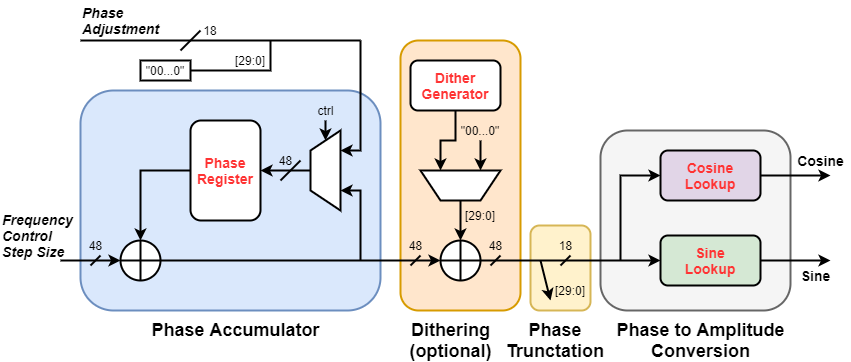
Before: notebooks/rfsoc_introduction/images/fine_mixer.png, a diagram exported from draw.io (strath-sdr/rfsoc_studio). Source tidied: cells renumbered, new cells last; positions are measured from the earlier drawing's top-left corner, leaving out a move shared by most shapes.
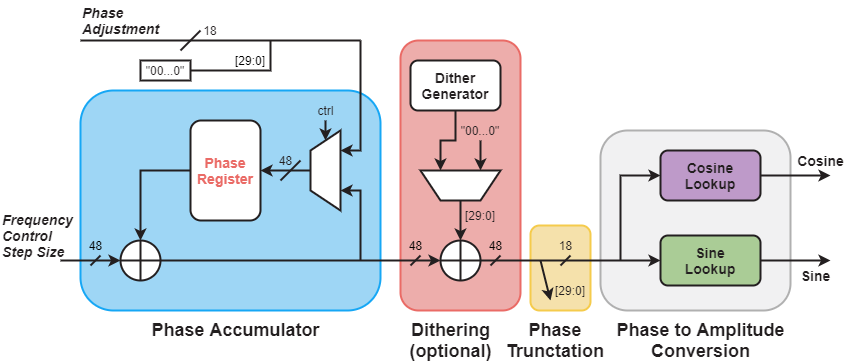
Above is the later version.

The edit, as a diff of the source:
```diff
@@ -4,24 +4,24 @@
     <mxCell id="1" parent="0" />
-    <mxCell id="2" style="rounded=1;whiteSpace=wrap;html=1;strokeWidth=2;fillColor=#f5f5f5;strokeColor=#666666;fontColor=#333333;" parent="1" vertex="1">
+    <mxCell id="2" style="rounded=1;whiteSpace=wrap;html=1;strokeWidth=2;fontColor=#333333;fillColor=#F1F1F2;strokeColor=#B0B0B0;" parent="1" vertex="1">
       <mxGeometry x="600" y="130" width="190" height="180" as="geometry" />
     </mxCell>
-    <mxCell id="3" style="rounded=1;whiteSpace=wrap;html=1;strokeWidth=2;fillColor=#fff2cc;strokeColor=#d6b656;" parent="1" vertex="1">
+    <mxCell id="3" style="rounded=1;whiteSpace=wrap;html=1;strokeWidth=2;fillColor=#F5E1AB;strokeColor=#F5CB4C;" parent="1" vertex="1">
       <mxGeometry x="530" y="225" width="60" height="85" as="geometry" />
     </mxCell>
-    <mxCell id="4" style="rounded=1;whiteSpace=wrap;html=1;strokeWidth=2;fillColor=#ffe6cc;strokeColor=#d79b00;" parent="1" vertex="1">
+    <mxCell id="4" style="rounded=1;whiteSpace=wrap;html=1;strokeWidth=2;fillColor=#EDADAB;strokeColor=#EA6B66;" parent="1" vertex="1">
       <mxGeometry x="400" y="40" width="120" height="270" as="geometry" />
     </mxCell>
-    <mxCell id="5" style="rounded=1;whiteSpace=wrap;html=1;strokeWidth=2;fillColor=#dae8fc;strokeColor=#6c8ebf;" parent="1" vertex="1">
+    <mxCell id="5" style="rounded=1;whiteSpace=wrap;html=1;strokeWidth=2;fillColor=#9ED6F5;strokeColor=#16A7F5;" parent="1" vertex="1">
       <mxGeometry x="80" y="90" width="300" height="220" as="geometry" />
     </mxCell>
-    <mxCell id="6" style="edgeStyle=orthogonalEdgeStyle;rounded=0;jettySize=auto;html=1;exitX=1;exitY=0.5;exitDx=0;exitDy=0;entryX=0.5;entryY=0;entryDx=0;entryDy=0;strokeWidth=2;startArrow=classic;startFill=1;endArrow=none;endFill=0;" parent="1" edge="1" source="8" target="12">
+    <mxCell id="6" style="edgeStyle=orthogonalEdgeStyle;rounded=0;jettySize=auto;html=1;exitX=1;exitY=0.5;exitDx=0;exitDy=0;entryX=0.5;entryY=0;entryDx=0;entryDy=0;strokeWidth=2;startArrow=classic;startFill=1;endArrow=none;endFill=0;strokeColor=#231F20;" parent="1" edge="1" source="8" target="12">
       <mxGeometry relative="1" as="geometry" />
     </mxCell>
-    <mxCell id="7" style="edgeStyle=orthogonalEdgeStyle;rounded=0;jettySize=auto;html=1;exitX=0;exitY=0.5;exitDx=0;exitDy=0;entryX=0.5;entryY=0;entryDx=0;entryDy=0;entryPerimeter=0;strokeWidth=2;" parent="1" edge="1" source="8" target="15">
+    <mxCell id="7" style="edgeStyle=orthogonalEdgeStyle;rounded=0;jettySize=auto;html=1;exitX=0;exitY=0.5;exitDx=0;exitDy=0;entryX=0.5;entryY=0;entryDx=0;entryDy=0;entryPerimeter=0;strokeWidth=2;strokeColor=#231F20;" parent="1" edge="1" source="8" target="15">
       <mxGeometry relative="1" as="geometry" />
     </mxCell>
-    <mxCell id="8" value="&lt;font style=&quot;font-size: 14px&quot; color=&quot;#ff3333&quot;&gt;&lt;b&gt;Phase&lt;br&gt;Register&lt;/b&gt;&lt;/font&gt;" style="rounded=1;whiteSpace=wrap;html=1;strokeWidth=2;" parent="1" vertex="1">
+    <mxCell id="8" value="&lt;font style=&quot;font-size: 14px&quot; color=&quot;#ea6b66&quot;&gt;&lt;b&gt;Phase&lt;br&gt;Register&lt;/b&gt;&lt;/font&gt;" style="rounded=1;whiteSpace=wrap;html=1;strokeWidth=2;strokeColor=#231F20;" parent="1" vertex="1">
       <mxGeometry x="190" y="120" width="70" height="100" as="geometry" />
     </mxCell>
-    <mxCell id="9" style="edgeStyle=orthogonalEdgeStyle;rounded=0;jettySize=auto;html=1;exitX=0.25;exitY=1;exitDx=0;exitDy=0;strokeWidth=2;startArrow=classic;startFill=1;endArrow=none;endFill=0;" parent="1" edge="1" source="12">
+    <mxCell id="9" style="edgeStyle=orthogonalEdgeStyle;rounded=0;jettySize=auto;html=1;exitX=0.25;exitY=1;exitDx=0;exitDy=0;strokeWidth=2;startArrow=classic;startFill=1;endArrow=none;endFill=0;strokeColor=#231F20;" parent="1" edge="1" source="12">
       <mxGeometry relative="1" as="geometry">
@@ -30,3 +30,3 @@
     </mxCell>
-    <mxCell id="10" style="edgeStyle=orthogonalEdgeStyle;rounded=0;jettySize=auto;html=1;exitX=0.75;exitY=1;exitDx=0;exitDy=0;startArrow=classic;startFill=1;endArrow=none;endFill=0;strokeWidth=2;" parent="1" edge="1" source="12">
+    <mxCell id="10" style="edgeStyle=orthogonalEdgeStyle;rounded=0;jettySize=auto;html=1;exitX=0.75;exitY=1;exitDx=0;exitDy=0;startArrow=classic;startFill=1;endArrow=none;endFill=0;strokeWidth=2;strokeColor=#231F20;" parent="1" edge="1" source="12">
       <mxGeometry relative="1" as="geometry">
@@ -35,3 +35,3 @@
     </mxCell>
-    <mxCell id="11" style="edgeStyle=orthogonalEdgeStyle;rounded=0;jettySize=auto;html=1;exitX=1;exitY=0.5;exitDx=0;exitDy=0;startArrow=classic;startFill=1;endArrow=none;endFill=0;strokeWidth=2;" parent="1" edge="1" source="12">
+    <mxCell id="11" style="edgeStyle=orthogonalEdgeStyle;rounded=0;jettySize=auto;html=1;exitX=1;exitY=0.5;exitDx=0;exitDy=0;startArrow=classic;startFill=1;endArrow=none;endFill=0;strokeWidth=2;strokeColor=#231F20;" parent="1" edge="1" source="12">
       <mxGeometry relative="1" as="geometry">
@@ -40,9 +40,9 @@
     </mxCell>
-    <mxCell id="12" style="shape=trapezoid;perimeter=trapezoidPerimeter;whiteSpace=wrap;html=1;fixedSize=1;direction=north;strokeWidth=2;" parent="1" vertex="1">
+    <mxCell id="12" style="shape=trapezoid;perimeter=trapezoidPerimeter;whiteSpace=wrap;html=1;fixedSize=1;direction=north;strokeWidth=2;strokeColor=#231F20;" parent="1" vertex="1">
       <mxGeometry x="310" y="130" width="30" height="80" as="geometry" />
     </mxCell>
-    <mxCell id="13" style="edgeStyle=orthogonalEdgeStyle;rounded=0;jettySize=auto;html=1;exitX=1;exitY=0.5;exitDx=0;exitDy=0;exitPerimeter=0;entryX=0;entryY=0.5;entryDx=0;entryDy=0;entryPerimeter=0;strokeWidth=2;" parent="1" edge="1" source="15" target="17">
+    <mxCell id="13" style="edgeStyle=orthogonalEdgeStyle;rounded=0;jettySize=auto;html=1;exitX=1;exitY=0.5;exitDx=0;exitDy=0;exitPerimeter=0;entryX=0;entryY=0.5;entryDx=0;entryDy=0;entryPerimeter=0;strokeWidth=2;strokeColor=#231F20;" parent="1" edge="1" source="15" target="17">
       <mxGeometry relative="1" as="geometry" />
     </mxCell>
-    <mxCell id="14" style="edgeStyle=orthogonalEdgeStyle;rounded=0;jettySize=auto;html=1;exitX=0;exitY=0.5;exitDx=0;exitDy=0;exitPerimeter=0;startArrow=classic;startFill=1;endArrow=none;endFill=0;strokeWidth=2;" parent="1" edge="1" source="15">
+    <mxCell id="14" style="edgeStyle=orthogonalEdgeStyle;rounded=0;jettySize=auto;html=1;exitX=0;exitY=0.5;exitDx=0;exitDy=0;exitPerimeter=0;startArrow=classic;startFill=1;endArrow=none;endFill=0;strokeWidth=2;strokeColor=#231F20;" parent="1" edge="1" source="15">
       <mxGeometry relative="1" as="geometry">
@@ -51,12 +51,12 @@
     </mxCell>
-    <mxCell id="15" style="verticalLabelPosition=bottom;verticalAlign=top;html=1;shape=mxgraph.flowchart.summing_function;strokeWidth=2;" parent="1" vertex="1">
+    <mxCell id="15" style="verticalLabelPosition=bottom;verticalAlign=top;html=1;shape=mxgraph.flowchart.summing_function;strokeWidth=2;strokeColor=#231F20;" parent="1" vertex="1">
       <mxGeometry x="120" y="240" width="40" height="40" as="geometry" />
     </mxCell>
-    <mxCell id="16" style="edgeStyle=orthogonalEdgeStyle;rounded=0;jettySize=auto;html=1;exitX=1;exitY=0.5;exitDx=0;exitDy=0;exitPerimeter=0;entryX=0;entryY=0.5;entryDx=0;entryDy=0;startArrow=none;startFill=0;endArrow=classic;endFill=1;strokeWidth=2;" parent="1" edge="1" source="17" target="26">
+    <mxCell id="16" style="edgeStyle=orthogonalEdgeStyle;rounded=0;jettySize=auto;html=1;exitX=1;exitY=0.5;exitDx=0;exitDy=0;exitPerimeter=0;entryX=0;entryY=0.5;entryDx=0;entryDy=0;startArrow=none;startFill=0;endArrow=classic;endFill=1;strokeWidth=2;strokeColor=#231F20;" parent="1" edge="1" source="17" target="26">
       <mxGeometry relative="1" as="geometry" />
     </mxCell>
-    <mxCell id="17" style="verticalLabelPosition=bottom;verticalAlign=top;html=1;shape=mxgraph.flowchart.summing_function;strokeWidth=2;" parent="1" vertex="1">
+    <mxCell id="17" style="verticalLabelPosition=bottom;verticalAlign=top;html=1;shape=mxgraph.flowchart.summing_function;strokeWidth=2;strokeColor=#231F20;" parent="1" vertex="1">
       <mxGeometry x="440" y="240" width="40" height="40" as="geometry" />
     </mxCell>
-    <mxCell id="18" style="endArrow=none;html=1;strokeWidth=2;" parent="1" edge="1">
+    <mxCell id="18" style="endArrow=none;html=1;strokeWidth=2;strokeColor=#231F20;" parent="1" edge="1">
       <mxGeometry relative="1" as="geometry">
@@ -66,9 +66,9 @@
     </mxCell>
-    <mxCell id="19" value="ctrl" style="text;html=1;align=center;verticalAlign=middle;" parent="1" vertex="1">
+    <mxCell id="19" value="&lt;font color=&quot;#231f20&quot;&gt;ctrl&lt;/font&gt;" style="text;html=1;align=center;verticalAlign=middle;" parent="1" vertex="1">
       <mxGeometry x="310" y="100" width="30" height="20" as="geometry" />
     </mxCell>
-    <mxCell id="20" style="edgeStyle=orthogonalEdgeStyle;rounded=0;jettySize=auto;html=1;exitX=0.5;exitY=0;exitDx=0;exitDy=0;entryX=0.5;entryY=0;entryDx=0;entryDy=0;entryPerimeter=0;startArrow=none;startFill=0;endArrow=classic;endFill=1;strokeWidth=2;" parent="1" edge="1" source="22" target="17">
+    <mxCell id="20" style="edgeStyle=orthogonalEdgeStyle;rounded=0;jettySize=auto;html=1;exitX=0.5;exitY=0;exitDx=0;exitDy=0;entryX=0.5;entryY=0;entryDx=0;entryDy=0;entryPerimeter=0;startArrow=none;startFill=0;endArrow=classic;endFill=1;strokeWidth=2;strokeColor=#231F20;" parent="1" edge="1" source="22" target="17">
       <mxGeometry relative="1" as="geometry" />
     </mxCell>
-    <mxCell id="21" style="edgeStyle=orthogonalEdgeStyle;rounded=0;jettySize=auto;html=1;exitX=0.25;exitY=1;exitDx=0;exitDy=0;startArrow=classic;startFill=1;endArrow=none;endFill=0;strokeWidth=2;" parent="1" edge="1" source="22">
+    <mxCell id="21" style="edgeStyle=orthogonalEdgeStyle;rounded=0;jettySize=auto;html=1;exitX=0.25;exitY=1;exitDx=0;exitDy=0;startArrow=classic;startFill=1;endArrow=none;endFill=0;strokeWidth=2;strokeColor=#231F20;" parent="1" edge="1" source="22">
       <mxGeometry relative="1" as="geometry">
@@ -77,12 +77,12 @@
     </mxCell>
-    <mxCell id="22" style="shape=trapezoid;perimeter=trapezoidPerimeter;whiteSpace=wrap;html=1;fixedSize=1;direction=west;strokeWidth=2;" parent="1" vertex="1">
+    <mxCell id="22" style="shape=trapezoid;perimeter=trapezoidPerimeter;whiteSpace=wrap;html=1;fixedSize=1;direction=west;strokeWidth=2;strokeColor=#231F20;" parent="1" vertex="1">
       <mxGeometry x="420" y="170" width="80" height="30" as="geometry" />
     </mxCell>
-    <mxCell id="23" style="edgeStyle=orthogonalEdgeStyle;rounded=0;jettySize=auto;html=1;exitX=0.5;exitY=1;exitDx=0;exitDy=0;entryX=0.75;entryY=1;entryDx=0;entryDy=0;startArrow=none;startFill=0;endArrow=classic;endFill=1;strokeWidth=2;" parent="1" edge="1" source="24" target="22">
+    <mxCell id="23" style="edgeStyle=orthogonalEdgeStyle;rounded=0;jettySize=auto;html=1;exitX=0.5;exitY=1;exitDx=0;exitDy=0;entryX=0.75;entryY=1;entryDx=0;entryDy=0;startArrow=none;startFill=0;endArrow=classic;endFill=1;strokeWidth=2;strokeColor=#231F20;" parent="1" edge="1" source="24" target="22">
       <mxGeometry relative="1" as="geometry" />
     </mxCell>
-    <mxCell id="24" value="&lt;font style=&quot;font-size: 14px&quot; color=&quot;#ff3333&quot;&gt;&lt;b&gt;Dither&lt;br&gt;Generator&lt;/b&gt;&lt;/font&gt;" style="rounded=1;whiteSpace=wrap;html=1;strokeWidth=2;" parent="1" vertex="1">
+    <mxCell id="24" value="&lt;font style=&quot;font-size: 14px&quot; color=&quot;#231f20&quot;&gt;&lt;b&gt;Dither&lt;br&gt;Generator&lt;/b&gt;&lt;/font&gt;" style="rounded=1;whiteSpace=wrap;html=1;strokeWidth=2;strokeColor=#231F20;" parent="1" vertex="1">
       <mxGeometry x="410" y="60" width="90" height="50" as="geometry" />
     </mxCell>
-    <mxCell id="25" style="edgeStyle=orthogonalEdgeStyle;rounded=0;jettySize=auto;html=1;exitX=1;exitY=0.5;exitDx=0;exitDy=0;startArrow=none;startFill=0;endArrow=classic;endFill=1;strokeWidth=2;" parent="1" edge="1" source="26">
+    <mxCell id="25" style="edgeStyle=orthogonalEdgeStyle;rounded=0;jettySize=auto;html=1;exitX=1;exitY=0.5;exitDx=0;exitDy=0;startArrow=none;startFill=0;endArrow=classic;endFill=1;strokeWidth=2;strokeColor=#231F20;" parent="1" edge="1" source="26">
       <mxGeometry relative="1" as="geometry">
@@ -91,6 +91,6 @@
     </mxCell>
-    <mxCell id="26" value="&lt;font style=&quot;font-size: 14px&quot; color=&quot;#ff3333&quot;&gt;&lt;b&gt;Sine&lt;br&gt;Lookup&lt;/b&gt;&lt;/font&gt;" style="rounded=1;whiteSpace=wrap;html=1;strokeWidth=2;fillColor=#d5e8d4;" parent="1" vertex="1">
+    <mxCell id="26" value="&lt;font style=&quot;font-size: 14px&quot; color=&quot;#231f20&quot;&gt;&lt;b&gt;Sine&lt;br&gt;Lookup&lt;/b&gt;&lt;/font&gt;" style="rounded=1;whiteSpace=wrap;html=1;strokeWidth=2;fillColor=#AACC96;strokeColor=#231F20;" parent="1" vertex="1">
       <mxGeometry x="660" y="235" width="100" height="50" as="geometry" />
     </mxCell>
-    <mxCell id="27" style="edgeStyle=orthogonalEdgeStyle;rounded=0;jettySize=auto;html=1;exitX=1;exitY=0.5;exitDx=0;exitDy=0;startArrow=none;startFill=0;endArrow=classic;endFill=1;strokeWidth=2;" parent="1" edge="1" source="29">
+    <mxCell id="27" style="edgeStyle=orthogonalEdgeStyle;rounded=0;jettySize=auto;html=1;exitX=1;exitY=0.5;exitDx=0;exitDy=0;startArrow=none;startFill=0;endArrow=classic;endFill=1;strokeWidth=2;strokeColor=#231F20;" parent="1" edge="1" source="29">
       <mxGeometry relative="1" as="geometry">
@@ -99,3 +99,3 @@
     </mxCell>
-    <mxCell id="28" style="edgeStyle=orthogonalEdgeStyle;rounded=0;jettySize=auto;html=1;exitX=0;exitY=0.5;exitDx=0;exitDy=0;startArrow=classic;startFill=1;endArrow=none;endFill=0;strokeWidth=2;" parent="1" edge="1" source="29">
+    <mxCell id="28" style="edgeStyle=orthogonalEdgeStyle;rounded=0;jettySize=auto;html=1;exitX=0;exitY=0.5;exitDx=0;exitDy=0;startArrow=classic;startFill=1;endArrow=none;endFill=0;strokeWidth=2;strokeColor=#231F20;" parent="1" edge="1" source="29">
       <mxGeometry relative="1" as="geometry">
@@ -104,30 +104,30 @@
     </mxCell>
-    <mxCell id="29" value="&lt;font style=&quot;font-size: 14px&quot; color=&quot;#ff3333&quot;&gt;&lt;b&gt;Cosine&lt;br&gt;Lookup&lt;/b&gt;&lt;/font&gt;" style="rounded=1;whiteSpace=wrap;html=1;strokeWidth=2;fillColor=#e1d5e7;" parent="1" vertex="1">
+    <mxCell id="29" value="&lt;font style=&quot;font-size: 14px&quot; color=&quot;#231f20&quot;&gt;&lt;b&gt;Cosine&lt;br&gt;Lookup&lt;/b&gt;&lt;/font&gt;" style="rounded=1;whiteSpace=wrap;html=1;strokeWidth=2;fillColor=#BE9AC9;strokeColor=#231F20;" parent="1" vertex="1">
       <mxGeometry x="660" y="150" width="100" height="50" as="geometry" />
     </mxCell>
-    <mxCell id="30" value="&lt;b&gt;&lt;font style=&quot;font-size: 18px&quot;&gt;Phase Trunctation&lt;/font&gt;&lt;/b&gt;" style="text;html=1;strokeColor=none;fillColor=none;align=center;verticalAlign=middle;whiteSpace=wrap;rounded=0;" parent="1" vertex="1">
+    <mxCell id="30" value="&lt;b&gt;&lt;font style=&quot;font-size: 18px&quot; color=&quot;#231f20&quot;&gt;Phase Trunctation&lt;/font&gt;&lt;/b&gt;" style="text;html=1;strokeColor=none;fillColor=none;align=center;verticalAlign=middle;whiteSpace=wrap;rounded=0;" parent="1" vertex="1">
       <mxGeometry x="535" y="330" width="40" height="20" as="geometry" />
     </mxCell>
-    <mxCell id="31" value="&lt;font style=&quot;font-size: 18px&quot;&gt;&lt;b&gt;Phase to Amplitude&lt;br&gt;Conversion&lt;/b&gt;&lt;/font&gt;" style="text;html=1;align=center;verticalAlign=middle;" parent="1" vertex="1">
+    <mxCell id="31" value="&lt;font style=&quot;font-size: 18px&quot; color=&quot;#231f20&quot;&gt;&lt;b&gt;Phase to Amplitude&lt;br&gt;Conversion&lt;/b&gt;&lt;/font&gt;" style="text;html=1;align=center;verticalAlign=middle;" parent="1" vertex="1">
       <mxGeometry x="610" y="320" width="180" height="40" as="geometry" />
     </mxCell>
-    <mxCell id="32" value="&lt;font style=&quot;font-size: 18px&quot;&gt;&lt;b&gt;Dithering&lt;br&gt;(optional)&lt;/b&gt;&lt;/font&gt;" style="text;html=1;align=center;verticalAlign=middle;" parent="1" vertex="1">
+    <mxCell id="32" value="&lt;font style=&quot;font-size: 18px&quot; color=&quot;#231f20&quot;&gt;&lt;b&gt;Dithering&lt;br&gt;(optional)&lt;/b&gt;&lt;/font&gt;" style="text;html=1;align=center;verticalAlign=middle;" parent="1" vertex="1">
       <mxGeometry x="400" y="320" width="100" height="40" as="geometry" />
     </mxCell>
-    <mxCell id="33" value="&lt;font style=&quot;font-size: 18px&quot;&gt;&lt;b&gt;Phase Accumulator&lt;/b&gt;&lt;/font&gt;" style="text;html=1;align=center;verticalAlign=middle;" parent="1" vertex="1">
+    <mxCell id="33" value="&lt;font style=&quot;font-size: 18px&quot; color=&quot;#231f20&quot;&gt;&lt;b&gt;Phase Accumulator&lt;/b&gt;&lt;/font&gt;" style="text;html=1;align=center;verticalAlign=middle;" parent="1" vertex="1">
       <mxGeometry x="145" y="320" width="180" height="20" as="geometry" />
     </mxCell>
-    <mxCell id="34" value="&lt;i style=&quot;font-size: 14px&quot;&gt;&lt;b&gt;Frequency &lt;br&gt;Control&lt;br&gt;Step Size&lt;/b&gt;&lt;/i&gt;" style="text;html=1;align=left;verticalAlign=middle;" parent="1" vertex="1">
+    <mxCell id="34" value="&lt;i style=&quot;font-size: 14px&quot;&gt;&lt;b&gt;&lt;font color=&quot;#231f20&quot;&gt;Frequency &lt;br&gt;Control&lt;br&gt;Step Size&lt;/font&gt;&lt;/b&gt;&lt;/i&gt;" style="text;html=1;align=left;verticalAlign=middle;" parent="1" vertex="1">
       <mxGeometry y="210" width="90" height="50" as="geometry" />
     </mxCell>
-    <mxCell id="35" value="&lt;font style=&quot;font-size: 14px&quot;&gt;&lt;b&gt;&lt;i&gt;Phase&amp;nbsp;&lt;br&gt;Adjustment&lt;/i&gt;&lt;/b&gt;&lt;/font&gt;" style="text;html=1;align=left;verticalAlign=middle;" parent="1" vertex="1">
+    <mxCell id="35" value="&lt;font style=&quot;font-size: 14px&quot; color=&quot;#231f20&quot;&gt;&lt;b&gt;&lt;i&gt;Phase&amp;nbsp;&lt;br&gt;Adjustment&lt;/i&gt;&lt;/b&gt;&lt;/font&gt;" style="text;html=1;align=left;verticalAlign=middle;" parent="1" vertex="1">
       <mxGeometry x="80" width="90" height="40" as="geometry" />
     </mxCell>
-    <mxCell id="36" value="&lt;font style=&quot;font-size: 14px&quot;&gt;&lt;b&gt;Cosine&lt;/b&gt;&lt;/font&gt;" style="text;html=1;align=center;verticalAlign=middle;" parent="1" vertex="1">
+    <mxCell id="36" value="&lt;font style=&quot;font-size: 14px&quot; color=&quot;#231f20&quot;&gt;&lt;b&gt;Cosine&lt;/b&gt;&lt;/font&gt;" style="text;html=1;align=center;verticalAlign=middle;" parent="1" vertex="1">
       <mxGeometry x="790" y="150" width="60" height="20" as="geometry" />
     </mxCell>
-    <mxCell id="37" value="&lt;b&gt;&lt;font style=&quot;font-size: 14px&quot;&gt;Sine&lt;/font&gt;&lt;/b&gt;" style="text;html=1;align=center;verticalAlign=middle;" parent="1" vertex="1">
+    <mxCell id="37" value="&lt;b&gt;&lt;font style=&quot;font-size: 14px&quot; color=&quot;#231f20&quot;&gt;Sine&lt;/font&gt;&lt;/b&gt;" style="text;html=1;align=center;verticalAlign=middle;" parent="1" vertex="1">
       <mxGeometry x="790" y="265" width="50" height="20" as="geometry" />
     </mxCell>
-    <mxCell id="38" style="endArrow=none;html=1;strokeWidth=2;" parent="1" edge="1">
+    <mxCell id="38" style="endArrow=none;html=1;strokeWidth=2;strokeColor=#231F20;" parent="1" edge="1">
       <mxGeometry relative="1" as="geometry">
@@ -137,3 +137,3 @@
     </mxCell>
-    <mxCell id="39" value="18" style="text;html=1;align=center;verticalAlign=middle;" parent="1" vertex="1">
+    <mxCell id="39" value="&lt;font color=&quot;#231f20&quot;&gt;18&lt;/font&gt;" style="text;html=1;align=center;verticalAlign=middle;" parent="1" vertex="1">
       <mxGeometry x="550" y="235" width="30" height="20" as="geometry" />
@@ -143,3 +143,3 @@
     </mxCell>
-    <mxCell id="41" style="endArrow=none;html=1;strokeWidth=2;" parent="1" edge="1">
+    <mxCell id="41" style="endArrow=none;html=1;strokeWidth=2;strokeColor=#231F20;" parent="1" edge="1">
       <mxGeometry relative="1" as="geometry">
@@ -149,3 +149,3 @@
     </mxCell>
-    <mxCell id="42" style="endArrow=none;html=1;strokeWidth=2;" parent="1" edge="1">
+    <mxCell id="42" style="endArrow=none;html=1;strokeWidth=2;strokeColor=#231F20;" parent="1" edge="1">
       <mxGeometry relative="1" as="geometry">
@@ -158,6 +158,6 @@
     </mxCell>
-    <mxCell id="44" value="&quot;00...0&quot;" style="text;html=1;strokeColor=none;fillColor=none;align=center;verticalAlign=middle;whiteSpace=wrap;rounded=0;" parent="1" vertex="1">
+    <mxCell id="44" value="&lt;font color=&quot;#231f20&quot;&gt;&quot;00...0&quot;&lt;/font&gt;" style="text;html=1;strokeColor=none;fillColor=none;align=center;verticalAlign=middle;whiteSpace=wrap;rounded=0;" parent="1" vertex="1">
       <mxGeometry x="460" y="120" width="40" height="20" as="geometry" />
     </mxCell>
-    <mxCell id="45" style="endArrow=none;html=1;strokeWidth=2;" parent="1" edge="1">
+    <mxCell id="45" style="endArrow=none;html=1;strokeWidth=2;strokeColor=#231F20;" parent="1" edge="1">
       <mxGeometry relative="1" as="geometry">
@@ -167,6 +167,6 @@
     </mxCell>
-    <mxCell id="46" value="18" style="text;html=1;strokeColor=none;fillColor=none;align=center;verticalAlign=middle;whiteSpace=wrap;rounded=0;" parent="1" vertex="1">
+    <mxCell id="46" value="&lt;font color=&quot;#231f20&quot;&gt;18&lt;/font&gt;" style="text;html=1;strokeColor=none;fillColor=none;align=center;verticalAlign=middle;whiteSpace=wrap;rounded=0;" parent="1" vertex="1">
       <mxGeometry x="190" y="20" width="40" height="20" as="geometry" />
     </mxCell>
-    <mxCell id="47" style="endArrow=none;html=1;strokeWidth=2;" parent="1" edge="1">
+    <mxCell id="47" style="endArrow=none;html=1;strokeWidth=2;strokeColor=#231F20;" parent="1" edge="1">
       <mxGeometry relative="1" as="geometry">
@@ -176,3 +176,3 @@
     </mxCell>
-    <mxCell id="48" value="48" style="text;html=1;align=center;verticalAlign=middle;" parent="1" vertex="1">
+    <mxCell id="48" value="&lt;font color=&quot;#231f20&quot;&gt;48&lt;/font&gt;" style="text;html=1;align=center;verticalAlign=middle;" parent="1" vertex="1">
       <mxGeometry x="270" y="150" width="30" height="20" as="geometry" />
@@ -182,3 +182,3 @@
     </mxCell>
-    <mxCell id="50" style="endArrow=none;html=1;strokeWidth=2;" parent="1" edge="1">
+    <mxCell id="50" style="endArrow=none;html=1;strokeWidth=2;strokeColor=#231F20;" parent="1" edge="1">
       <mxGeometry relative="1" as="geometry">
@@ -188,3 +188,3 @@
     </mxCell>
-    <mxCell id="51" style="edgeStyle=orthogonalEdgeStyle;rounded=0;jettySize=auto;html=1;exitX=1;exitY=0.5;exitDx=0;exitDy=0;startArrow=none;startFill=0;endArrow=none;endFill=0;strokeWidth=2;" parent="1" edge="1" source="52">
+    <mxCell id="51" style="edgeStyle=orthogonalEdgeStyle;rounded=0;jettySize=auto;html=1;exitX=1;exitY=0.5;exitDx=0;exitDy=0;startArrow=none;startFill=0;endArrow=none;endFill=0;strokeWidth=2;strokeColor=#231F20;" parent="1" edge="1" source="52">
       <mxGeometry relative="1" as="geometry">
@@ -193,3 +193,3 @@
     </mxCell>
-    <mxCell id="52" value="&quot;00...0&quot;" style="rounded=0;whiteSpace=wrap;html=1;strokeColor=#000000;strokeWidth=2;" parent="1" vertex="1">
+    <mxCell id="52" value="&lt;font color=&quot;#231f20&quot;&gt;&quot;00...0&quot;&lt;/font&gt;" style="rounded=0;whiteSpace=wrap;html=1;strokeWidth=2;strokeColor=#231F20;" parent="1" vertex="1">
       <mxGeometry x="140" y="60" width="50" height="20" as="geometry" />
@@ -199,6 +199,6 @@
     </mxCell>
-    <mxCell id="54" value="[29:0]" style="text;html=1;strokeColor=none;fillColor=none;align=center;verticalAlign=middle;whiteSpace=wrap;rounded=0;" parent="1" vertex="1">
+    <mxCell id="54" value="&lt;font color=&quot;#231f20&quot;&gt;[29:0]&lt;/font&gt;" style="text;html=1;strokeColor=none;fillColor=none;align=center;verticalAlign=middle;whiteSpace=wrap;rounded=0;" parent="1" vertex="1">
       <mxGeometry x="460" y="205" width="40" height="20" as="geometry" />
     </mxCell>
-    <mxCell id="55" style="endArrow=classic;html=1;strokeWidth=2;" parent="1" edge="1">
+    <mxCell id="55" style="endArrow=classic;html=1;strokeWidth=2;strokeColor=#231F20;" parent="1" edge="1">
       <mxGeometry relative="1" as="geometry">
@@ -208,3 +208,3 @@
     </mxCell>
-    <mxCell id="56" value="[29:0]" style="text;html=1;strokeColor=none;fillColor=none;align=center;verticalAlign=middle;whiteSpace=wrap;rounded=0;" parent="1" vertex="1">
+    <mxCell id="56" value="&lt;font color=&quot;#231f20&quot;&gt;[29:0]&lt;/font&gt;" style="text;html=1;strokeColor=none;fillColor=none;align=center;verticalAlign=middle;whiteSpace=wrap;rounded=0;" parent="1" vertex="1">
       <mxGeometry x="550" y="280" width="40" height="20" as="geometry" />
```
